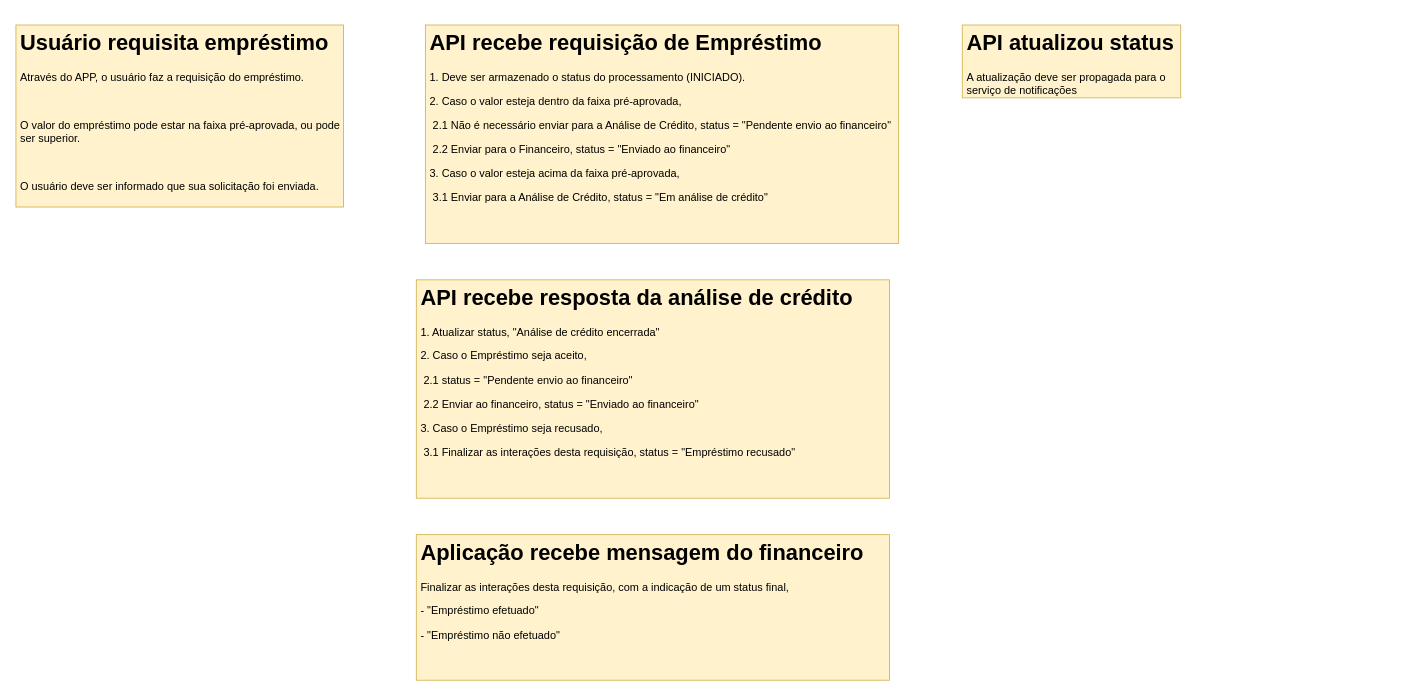
GustavoLent/ACME-Assessoria-Financeira_Emprestimos keeps this draw.io diagram as diagramas/use-cases.drawio. Above is the earlier version. Source tidied: cells renumbered, new cells numbered last; positions are measured from the earlier drawing's top-left corner, leaving out a move shared by most shapes. Both pictures are drawn from the tidied source at 91%, with x=0, y=0 at pixel (15, 25).
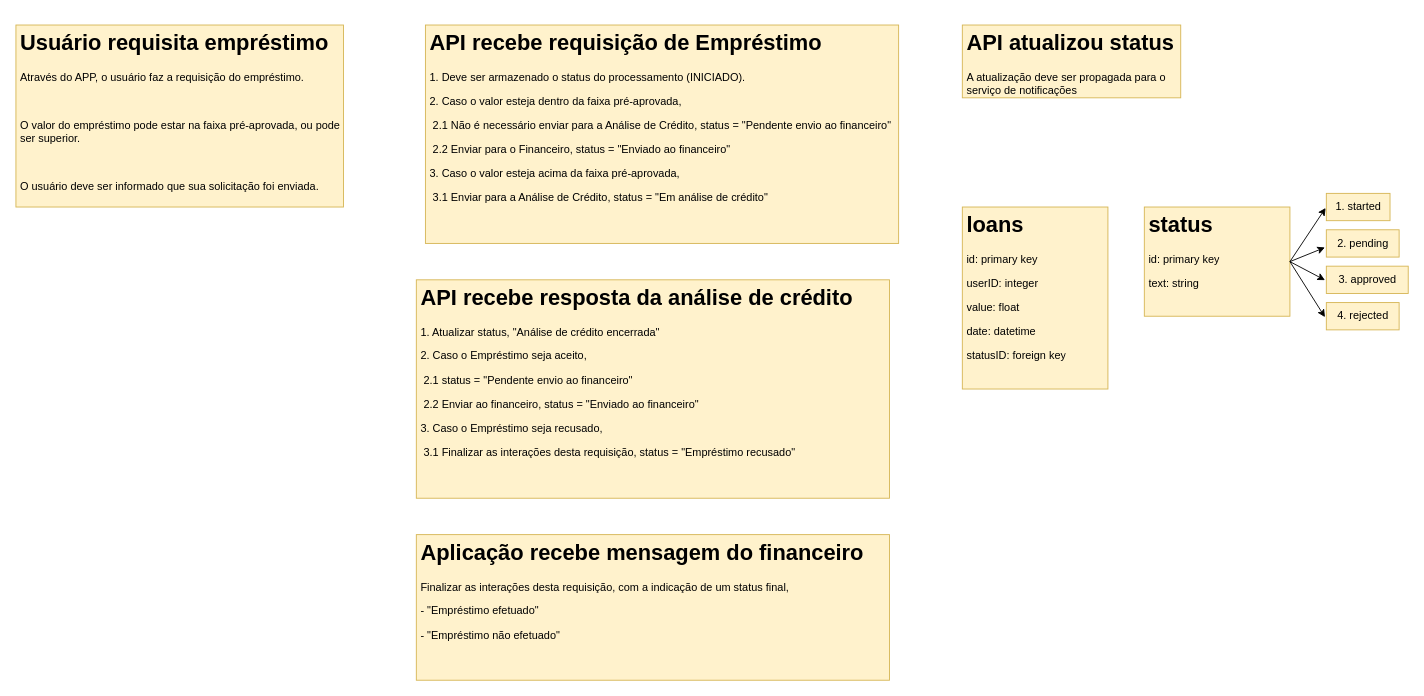
Above is the later version.

Change to the diagram source:
```diff
@@
 <mxGraphModel>
   <root>
     <mxCell id="0" />
     <mxCell id="1" parent="0" />
     <mxCell id="2" value="&lt;h1&gt;&lt;font color=&quot;#000000&quot;&gt;Usuário requisita empréstimo&lt;/font&gt;&lt;/h1&gt;&lt;p&gt;&lt;font color=&quot;#000000&quot;&gt;Através do APP, o usuário faz a requisição do empréstimo.&lt;/font&gt;&lt;/p&gt;&lt;p&gt;&lt;font color=&quot;#000000&quot;&gt;&lt;br&gt;&lt;/font&gt;&lt;/p&gt;&lt;p&gt;&lt;font color=&quot;#000000&quot;&gt;O valor do empréstimo pode estar na faixa pré-aprovada, ou pode ser superior.&lt;/font&gt;&lt;/p&gt;&lt;p&gt;&lt;font color=&quot;#000000&quot;&gt;&lt;br&gt;&lt;/font&gt;&lt;/p&gt;&lt;p&gt;&lt;font color=&quot;#000000&quot;&gt;O usuário deve ser informado que sua solicitação foi enviada.&lt;/font&gt;&lt;/p&gt;" style="text;html=1;strokeColor=#d6b656;fillColor=#fff2cc;spacing=5;spacingTop=-20;whiteSpace=wrap;overflow=hidden;rounded=0;" parent="1" vertex="1">
       <mxGeometry width="360" height="200" as="geometry" />
     </mxCell>
     <mxCell id="3" value="&lt;h1&gt;&lt;font color=&quot;#000000&quot;&gt;API recebe requisição de Empréstimo&lt;/font&gt;&lt;/h1&gt;&lt;p&gt;&lt;font color=&quot;#000000&quot;&gt;1. Deve ser armazenado o status do processamento (INICIADO).&lt;/font&gt;&lt;/p&gt;&lt;p&gt;&lt;span&gt;&lt;font color=&quot;#000000&quot;&gt;2. Caso o valor esteja dentro da faixa pré-aprovada,&lt;/font&gt;&lt;/span&gt;&lt;/p&gt;&lt;p&gt;&lt;span&gt;&lt;font color=&quot;#000000&quot;&gt;&lt;span&gt; &lt;/span&gt;&lt;span style=&quot;white-space: pre&quot;&gt; &lt;/span&gt;2.1 Não é necessário enviar para a Análise de Crédito, status = &quot;Pendente envio ao financeiro&quot;&lt;/font&gt;&lt;/span&gt;&lt;/p&gt;&lt;p&gt;&lt;span&gt;&lt;font color=&quot;#000000&quot;&gt;&lt;span style=&quot;white-space: pre&quot;&gt; &lt;/span&gt;2.2 Enviar para o Financeiro, status = &quot;Enviado ao financeiro&quot;&lt;/font&gt;&lt;/span&gt;&lt;/p&gt;&lt;p&gt;&lt;span&gt;&lt;font color=&quot;#000000&quot;&gt;3. Caso o valor esteja acima da faixa pré-aprovada,&lt;/font&gt;&lt;/span&gt;&lt;/p&gt;&lt;p&gt;&lt;span&gt;&lt;font color=&quot;#000000&quot;&gt;&lt;span style=&quot;white-space: pre&quot;&gt; &lt;/span&gt;3.1 Enviar para a Análise de Crédito, status = &quot;Em análise de crédito&quot;&lt;/font&gt;&lt;/span&gt;&lt;/p&gt;&lt;p&gt;&lt;br&gt;&lt;/p&gt;" style="text;html=1;strokeColor=#d6b656;fillColor=#fff2cc;spacing=5;spacingTop=-20;whiteSpace=wrap;overflow=hidden;rounded=0;" parent="1" vertex="1">
       <mxGeometry x="450" width="520" height="240" as="geometry" />
     </mxCell>
     <mxCell id="4" value="&lt;h1&gt;&lt;font color=&quot;#000000&quot;&gt;Aplicação recebe mensagem do financeiro&lt;/font&gt;&lt;/h1&gt;&lt;p&gt;&lt;span&gt;&lt;font color=&quot;#000000&quot;&gt;Finalizar as interações desta requisição, com a indicação de um status final,&amp;nbsp;&lt;/font&gt;&lt;/span&gt;&lt;/p&gt;&lt;p&gt;&lt;span&gt;&lt;font color=&quot;#000000&quot;&gt;- &quot;Empréstimo efetuado&quot;&lt;/font&gt;&lt;/span&gt;&lt;/p&gt;&lt;p&gt;&lt;font color=&quot;#000000&quot;&gt;- &quot;Empréstimo não efetuado&quot;&lt;/font&gt;&lt;span&gt;&lt;br&gt;&lt;/span&gt;&lt;/p&gt;" style="text;html=1;strokeColor=#d6b656;fillColor=#fff2cc;spacing=5;spacingTop=-20;whiteSpace=wrap;overflow=hidden;rounded=0;" parent="1" vertex="1">
       <mxGeometry x="440" y="560" width="520" height="160" as="geometry" />
     </mxCell>
     <mxCell id="5" value="&lt;h1&gt;&lt;font color=&quot;#000000&quot;&gt;API recebe resposta da análise de crédito&lt;/font&gt;&lt;/h1&gt;&lt;p&gt;&lt;span&gt;&lt;font color=&quot;#000000&quot;&gt;1. Atualizar status, &quot;Análise de crédito encerrada&quot;&lt;/font&gt;&lt;/span&gt;&lt;/p&gt;&lt;p&gt;&lt;span&gt;&lt;font color=&quot;#000000&quot;&gt;2. Caso o Empréstimo seja aceito,&amp;nbsp;&lt;/font&gt;&lt;/span&gt;&lt;/p&gt;&lt;p&gt;&lt;span&gt;&lt;font color=&quot;#000000&quot;&gt;&lt;span style=&quot;white-space: pre&quot;&gt; &lt;/span&gt;2.1 status = &quot;Pendente envio ao financeiro&quot;&lt;/font&gt;&lt;/span&gt;&lt;/p&gt;&lt;p&gt;&lt;span&gt;&lt;font color=&quot;#000000&quot;&gt;&lt;span style=&quot;white-space: pre&quot;&gt; &lt;/span&gt;2.2 Enviar ao financeiro, status = &quot;Enviado ao financeiro&quot;&lt;/font&gt;&lt;/span&gt;&lt;/p&gt;&lt;p&gt;&lt;span&gt;&lt;font color=&quot;#000000&quot;&gt;3. Caso o Empréstimo seja recusado,&lt;/font&gt;&lt;/span&gt;&lt;/p&gt;&lt;p&gt;&lt;span&gt;&lt;font color=&quot;#000000&quot;&gt;&lt;span style=&quot;white-space: pre&quot;&gt; &lt;/span&gt;3.1 Finalizar as interações desta requisição, status = &quot;Empréstimo recusado&quot;&lt;/font&gt;&lt;br&gt;&lt;/span&gt;&lt;/p&gt;" style="text;html=1;strokeColor=#d6b656;fillColor=#fff2cc;spacing=5;spacingTop=-20;whiteSpace=wrap;overflow=hidden;rounded=0;" parent="1" vertex="1">
       <mxGeometry x="440" y="280" width="520" height="240" as="geometry" />
     </mxCell>
     <mxCell id="6" value="&lt;h1&gt;&lt;font color=&quot;#000000&quot;&gt;API atualizou status&lt;/font&gt;&lt;/h1&gt;&lt;p&gt;&lt;font color=&quot;#000000&quot;&gt;A atualização deve ser propagada para o serviço de notificações&lt;/font&gt;&lt;/p&gt;" style="text;html=1;strokeColor=#d6b656;fillColor=#fff2cc;spacing=5;spacingTop=-20;whiteSpace=wrap;overflow=hidden;rounded=0;" parent="1" vertex="1">
       <mxGeometry x="1040" width="240" height="80" as="geometry" />
     </mxCell>
+    <mxCell id="7" value="&lt;h1&gt;&lt;font color=&quot;#000000&quot;&gt;loans&lt;/font&gt;&lt;/h1&gt;&lt;p&gt;id: primary key&lt;/p&gt;&lt;p&gt;userID: integer&lt;/p&gt;&lt;p&gt;value: float&lt;/p&gt;&lt;p&gt;date: datetime&lt;/p&gt;&lt;p&gt;statusID: foreign key&lt;/p&gt;" style="text;html=1;strokeColor=#d6b656;fillColor=#fff2cc;spacing=5;spacingTop=-20;whiteSpace=wrap;overflow=hidden;rounded=0;" parent="1" vertex="1">
+      <mxGeometry x="1040" y="200" width="160" height="200" as="geometry" />
+    </mxCell>
+    <mxCell id="8" value="&lt;h1&gt;&lt;font color=&quot;#000000&quot;&gt;status&lt;/font&gt;&lt;/h1&gt;&lt;p&gt;id: primary key&lt;/p&gt;&lt;p&gt;text: string&amp;nbsp;&lt;/p&gt;" style="text;html=1;strokeColor=#d6b656;fillColor=#fff2cc;spacing=5;spacingTop=-20;whiteSpace=wrap;overflow=hidden;rounded=0;" parent="1" vertex="1">
+      <mxGeometry x="1240" y="200" width="160" height="120" as="geometry" />
+    </mxCell>
+    <mxCell id="9" value="1. started" style="text;html=1;align=center;verticalAlign=middle;points=[];strokeColor=#d6b656;fillColor=#fff2cc;" parent="1" vertex="1">
+      <mxGeometry x="1440" y="185" width="70" height="30" as="geometry" />
+    </mxCell>
+    <mxCell id="10" value="2. pending" style="text;html=1;align=center;verticalAlign=middle;points=[];strokeColor=#d6b656;fillColor=#fff2cc;" parent="1" vertex="1">
+      <mxGeometry x="1440" y="225" width="80" height="30" as="geometry" />
+    </mxCell>
+    <mxCell id="11" value="3. approved" style="text;html=1;align=center;verticalAlign=middle;points=[];strokeColor=#d6b656;fillColor=#fff2cc;" parent="1" vertex="1">
+      <mxGeometry x="1440" y="265" width="90" height="30" as="geometry" />
+    </mxCell>
+    <mxCell id="12" value="4. rejected" style="text;html=1;align=center;verticalAlign=middle;points=[];strokeColor=#d6b656;fillColor=#fff2cc;" parent="1" vertex="1">
+      <mxGeometry x="1440" y="305" width="80" height="30" as="geometry" />
+    </mxCell>
+    <mxCell id="13" style="endArrow=classic;html=1;rounded=0;exitX=1;exitY=0.5;exitDx=0;exitDy=0;entryX=-0.011;entryY=0.534;entryDx=0;entryDy=0;entryPerimeter=0;" parent="1" edge="1" source="8" target="9">
+      <mxGeometry relative="1" as="geometry" />
+    </mxCell>
+    <mxCell id="14" style="endArrow=classic;html=1;rounded=0;exitX=1;exitY=0.5;exitDx=0;exitDy=0;entryX=-0.019;entryY=0.649;entryDx=0;entryDy=0;entryPerimeter=0;" parent="1" edge="1" source="8" target="10">
+      <mxGeometry relative="1" as="geometry" />
+    </mxCell>
+    <mxCell id="15" style="endArrow=classic;html=1;rounded=0;exitX=1;exitY=0.5;exitDx=0;exitDy=0;entryX=-0.016;entryY=0.511;entryDx=0;entryDy=0;entryPerimeter=0;" parent="1" edge="1" source="8" target="11">
+      <mxGeometry relative="1" as="geometry" />
+    </mxCell>
+    <mxCell id="16" style="endArrow=classic;html=1;rounded=0;exitX=1;exitY=0.5;exitDx=0;exitDy=0;entryX=-0.019;entryY=0.534;entryDx=0;entryDy=0;entryPerimeter=0;" parent="1" edge="1" source="8" target="12">
+      <mxGeometry relative="1" as="geometry" />
+    </mxCell>
   </root>
 </mxGraphModel>
```
